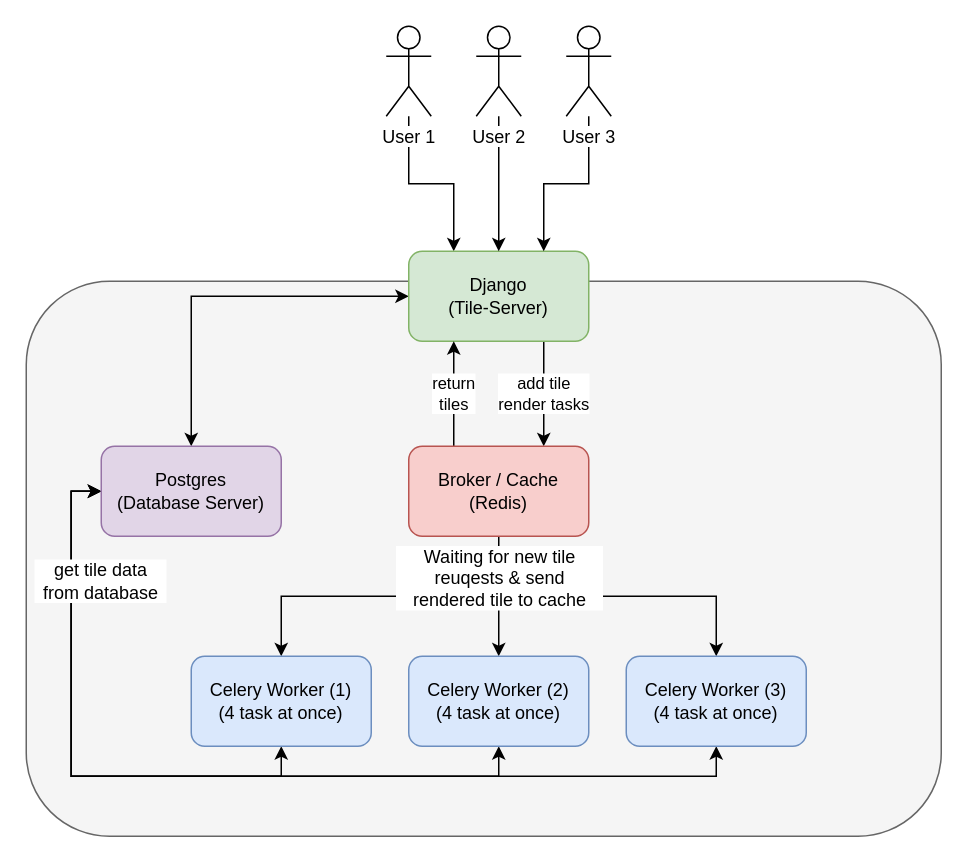
Earlier version of the draw.io diagram page "celery-muiple-task" (5 of 6) of docs/_static/tile-server/tile-server.drawio (OpenHistoricalDataMap/MapnikTileServer). Source tidied: cells renumbered, new cells numbered last; positions are measured from the earlier drawing's top-left corner, leaving out a move shared by most shapes. Both pictures are drawn from the tidied source at 150%, with x=0, y=0 at pixel (26, 26).
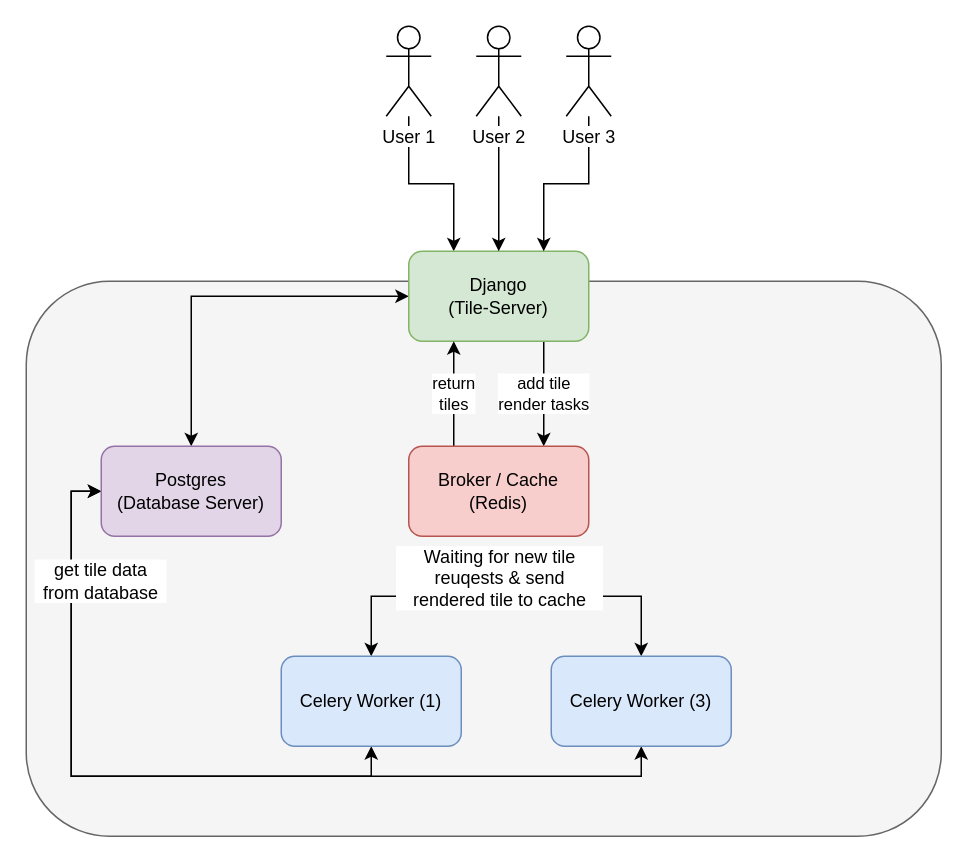
The same page after the edit.

Unchanged cells that the change refers to:
```xml
<mxCell id="16" value="Broker / Cache&lt;br&gt;(Redis)" style="rounded=1;whiteSpace=wrap;html=1;fillColor=#f8cecc;strokeColor=#b85450;" parent="1" vertex="1">
  <mxGeometry x="255" y="280" width="120" height="60" as="geometry" />
</mxCell>
<mxCell id="23" value="Postgres&lt;br&gt;(Database Server)" style="rounded=1;whiteSpace=wrap;html=1;fillColor=#e1d5e7;strokeColor=#9673a6;" parent="1" vertex="1">
  <mxGeometry x="50" y="280" width="120" height="60" as="geometry" />
</mxCell>
<mxCell id="24" value="Waiting for new tile reuqests &amp;amp; send rendered tile to cache" style="text;html=1;strokeColor=none;fillColor=none;align=center;verticalAlign=middle;whiteSpace=wrap;rounded=0;labelBackgroundColor=#FFFFFF;labelBorderColor=none;" parent="1" vertex="1">
  <mxGeometry x="246" y="358" width="140" height="20" as="geometry" />
</mxCell>
```

What changed in the source:
```diff
@@
-    <mxCell id="13" style="edgeStyle=orthogonalEdgeStyle;rounded=0;jettySize=auto;html=1;startArrow=none;startFill=0;" parent="1" edge="1" source="16" target="20">
-      <mxGeometry relative="1" as="geometry" />
-    </mxCell>
     <mxCell id="14" style="edgeStyle=orthogonalEdgeStyle;rounded=0;jettySize=auto;html=1;entryX=0.5;entryY=0;entryDx=0;entryDy=0;startArrow=none;startFill=0;" parent="1" edge="1" source="24" target="22">
       <mxGeometry relative="1" as="geometry">
         <Array as="points">
           <mxPoint x="315" y="380" />
-          <mxPoint x="460" y="380" />
+          <mxPoint x="410" y="380" />
+          <mxPoint x="410" y="420" />
         </Array>
       </mxGeometry>
     </mxCell>
     <mxCell id="15" style="edgeStyle=orthogonalEdgeStyle;rounded=0;jettySize=auto;html=1;entryX=0.5;entryY=0;entryDx=0;entryDy=0;startArrow=none;startFill=0;" parent="1" edge="1" target="18">
       <mxGeometry relative="1" as="geometry">
         <mxPoint x="315" y="365" as="sourcePoint" />
         <Array as="points">
           <mxPoint x="315" y="380" />
-          <mxPoint x="170" y="380" />
+          <mxPoint x="230" y="380" />
         </Array>
       </mxGeometry>
     </mxCell>
@@
-    <mxCell id="17" style="edgeStyle=orthogonalEdgeStyle;rounded=0;jettySize=auto;html=1;entryX=0;entryY=0.5;entryDx=0;entryDy=0;startArrow=classic;startFill=1;" parent="1" edge="1" source="18" target="23">
+    <mxCell id="17" style="edgeStyle=orthogonalEdgeStyle;rounded=0;jettySize=auto;html=1;entryX=0;entryY=0.5;entryDx=0;entryDy=0;startArrow=classic;startFill=1;exitX=0.5;exitY=1;exitDx=0;exitDy=0;" parent="1" edge="1" source="18" target="23">
       <mxGeometry relative="1" as="geometry">
         <Array as="points">
-          <mxPoint x="170" y="500" />
+          <mxPoint x="230" y="500" />
           <mxPoint x="30" y="500" />
           <mxPoint x="30" y="310" />
         </Array>
       </mxGeometry>
     </mxCell>
-    <mxCell id="18" value="Celery Worker (1)&lt;br&gt;(4 task at once)" style="rounded=1;whiteSpace=wrap;html=1;fillColor=#dae8fc;strokeColor=#6c8ebf;" parent="1" vertex="1">
-      <mxGeometry x="110" y="420" width="120" height="60" as="geometry" />
+    <mxCell id="18" value="Celery Worker (1)" style="rounded=1;whiteSpace=wrap;html=1;fillColor=#dae8fc;strokeColor=#6c8ebf;" parent="1" vertex="1">
+      <mxGeometry x="170" y="420" width="120" height="60" as="geometry" />
     </mxCell>
-    <mxCell id="19" style="edgeStyle=orthogonalEdgeStyle;rounded=0;jettySize=auto;html=1;entryX=0;entryY=0.5;entryDx=0;entryDy=0;startArrow=classic;startFill=1;" parent="1" edge="1" source="20" target="23">
-      <mxGeometry relative="1" as="geometry">
-        <Array as="points">
-          <mxPoint x="315" y="500" />
-          <mxPoint x="30" y="500" />
-          <mxPoint x="30" y="310" />
-        </Array>
-      </mxGeometry>
-    </mxCell>
-    <mxCell id="20" value="Celery Worker (2)&lt;br&gt;(4 task at once)" style="rounded=1;whiteSpace=wrap;html=1;fillColor=#dae8fc;strokeColor=#6c8ebf;" parent="1" vertex="1">
-      <mxGeometry x="255" y="420" width="120" height="60" as="geometry" />
-    </mxCell>
-    <mxCell id="21" style="edgeStyle=orthogonalEdgeStyle;rounded=0;jettySize=auto;html=1;entryX=0;entryY=0.5;entryDx=0;entryDy=0;startArrow=classic;startFill=1;" parent="1" edge="1" source="22" target="23">
+    <mxCell id="21" style="edgeStyle=orthogonalEdgeStyle;rounded=0;jettySize=auto;html=1;entryX=0;entryY=0.5;entryDx=0;entryDy=0;startArrow=classic;startFill=1;exitX=0.5;exitY=1;exitDx=0;exitDy=0;" parent="1" edge="1" source="22" target="23">
       <mxGeometry relative="1" as="geometry">
         <Array as="points">
-          <mxPoint x="460" y="500" />
+          <mxPoint x="410" y="500" />
           <mxPoint x="30" y="500" />
           <mxPoint x="30" y="310" />
         </Array>
       </mxGeometry>
     </mxCell>
-    <mxCell id="22" value="Celery Worker (3)&lt;br&gt;(4 task at once)" style="rounded=1;whiteSpace=wrap;html=1;fillColor=#dae8fc;strokeColor=#6c8ebf;" parent="1" vertex="1">
-      <mxGeometry x="400" y="420" width="120" height="60" as="geometry" />
+    <mxCell id="22" value="Celery Worker (3)" style="rounded=1;whiteSpace=wrap;html=1;fillColor=#dae8fc;strokeColor=#6c8ebf;" parent="1" vertex="1">
+      <mxGeometry x="350" y="420" width="120" height="60" as="geometry" />
     </mxCell>
```
